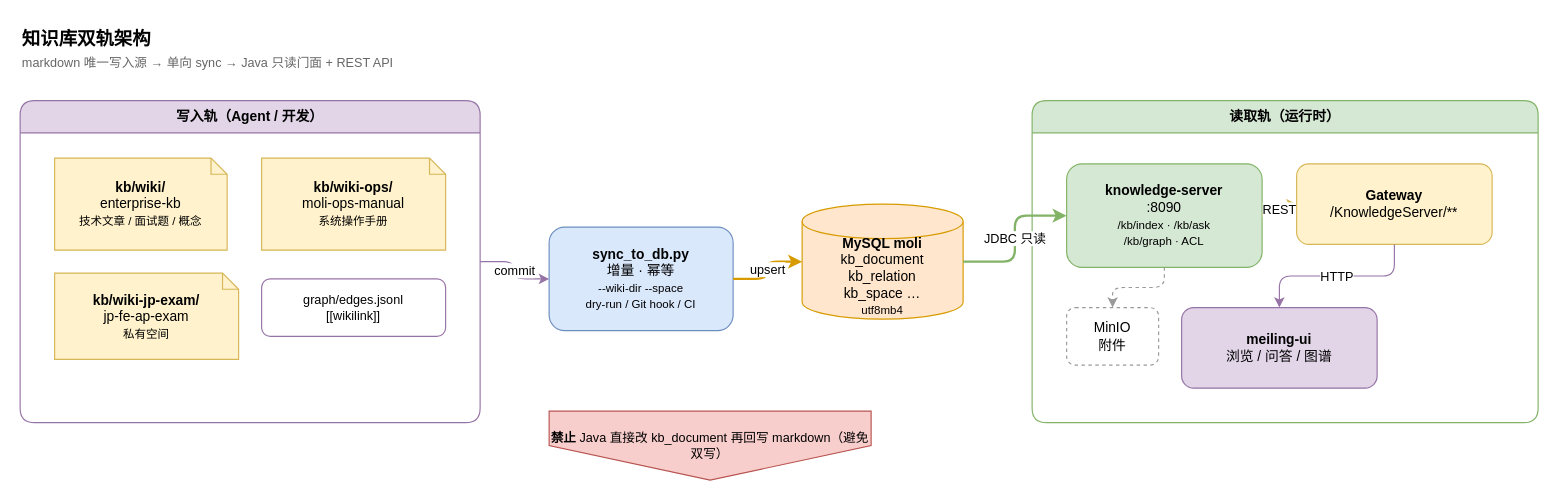
The draw.io diagram docs/diagrams/moli-knowledge-sync.drawio in wujinsen/moli-project-distribute, before the edit. Source tidied: cells renumbered, new cells numbered last; positions are measured from the earlier drawing's top-left corner, leaving out a move shared by most shapes. Both pictures are drawn from the tidied source at 115%, with x=0, y=0 at pixel (20, 20).
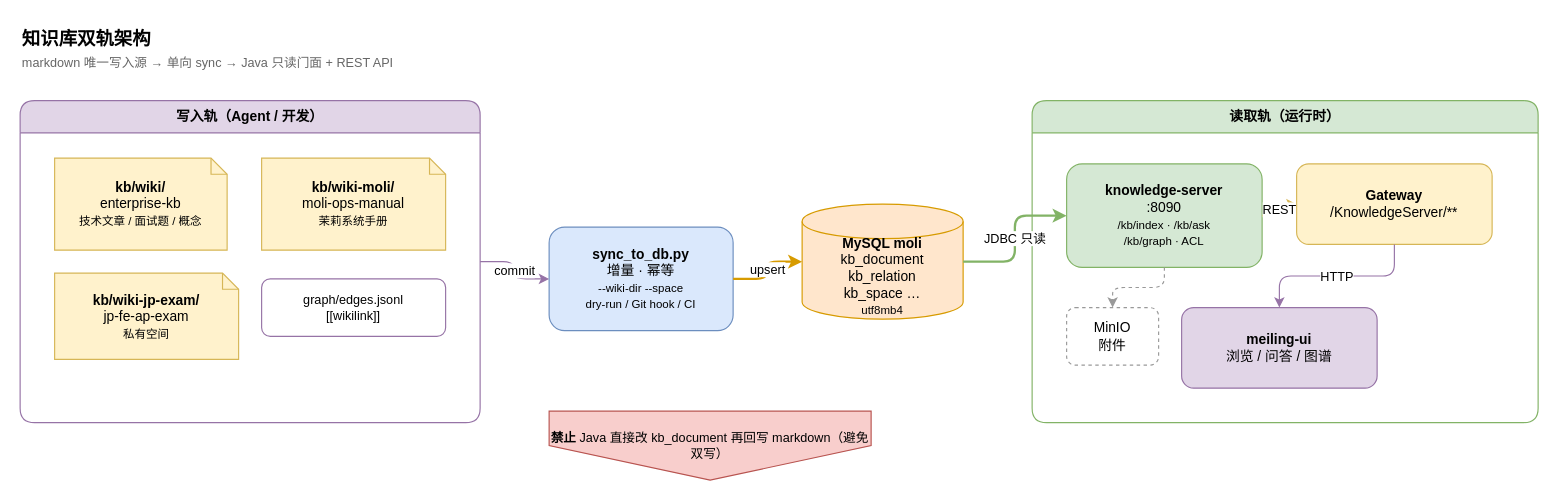
Above is the later version.

The change refers to these unchanged cells:
```xml
<mxCell id="3" value="写入轨（Agent / 开发）" style="swimlane;whiteSpace=wrap;html=1;fillColor=#e1d5e7;strokeColor=#9673a6;startSize=28;fontStyle=1;rounded=1;" parent="1" vertex="1">
  <mxGeometry y="70" width="400" height="280" as="geometry" />
</mxCell>
```

The edit, as a diff of the source:
```diff
@@
-    <mxCell id="5" value="&lt;b&gt;kb/wiki-ops/&lt;/b&gt;&lt;br&gt;moli-ops-manual&lt;br&gt;&lt;font style=&quot;font-size:10px;&quot;&gt;系统操作手册&lt;/font&gt;" style="shape=note;whiteSpace=wrap;html=1;backgroundOutline=1;fillColor=#fff2cc;strokeColor=#d6b656;size=14;" parent="3" vertex="1">
+    <mxCell id="5" value="&lt;b&gt;kb/wiki-moli/&lt;/b&gt;&lt;br&gt;moli-ops-manual&lt;br&gt;&lt;font style=&quot;font-size:10px;&quot;&gt;茉莉系统手册&lt;/font&gt;" style="shape=note;whiteSpace=wrap;html=1;backgroundOutline=1;fillColor=#fff2cc;strokeColor=#d6b656;size=14;" parent="3" vertex="1">
       <mxGeometry x="210" y="50" width="160" height="80" as="geometry" />
     </mxCell>
```
